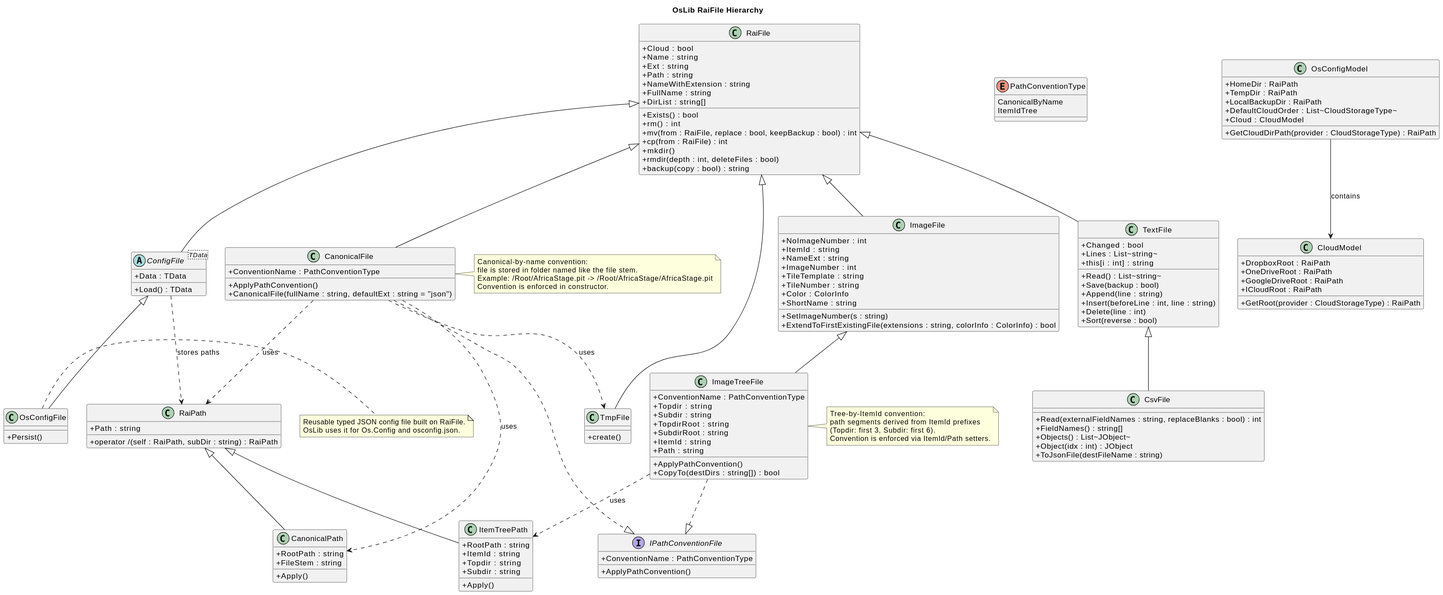
Before: RaiFile-Hierarchy.svg, a diagram exported from PlantUML (Burkhardt/OsLib). Its diagram source:
```plantuml
@startuml
skinparam classAttributeIconSize 0
show fields
show methods

title OsLib RaiFile Hierarchy

interface IPathConventionFile {
  +ConventionName : PathConventionType
  +ApplyPathConvention()
}

enum PathConventionType {
  CanonicalByName
  ItemIdTree
}

class RaiPath {
  +Path : string
  +operator /(self : RaiPath, subDir : string) : RaiPath
}

class CanonicalPath {
  +RootPath : string
  +FileStem : string
  +Apply()
}

class ItemTreePath {
  +RootPath : string
  +ItemId : string
  +Topdir : string
  +Subdir : string
  +Apply()
}

class RaiFile {
  +Cloud : bool
  +Name : string
  +Ext : string
  +Path : string
  +NameWithExtension : string
  +FullName : string
  +DirList : string[]
  +Exists() : bool
  +rm() : int
  +mv(from : RaiFile, replace : bool, keepBackup : bool) : int
  +cp(from : RaiFile) : int
  +mkdir()
  +rmdir(depth : int, deleteFiles : bool)
  +backup(copy : bool) : string
}

abstract class "ConfigFile<TData>" as ConfigFile {
  +Data : TData
  +Load() : TData
}

class CloudModel {
  +DropboxRoot : RaiPath
  +OneDriveRoot : RaiPath
  +GoogleDriveRoot : RaiPath
  +ICloudRoot : RaiPath
  +GetRoot(provider : CloudStorageType) : RaiPath
}

class OsConfigModel {
  +HomeDir : RaiPath
  +TempDir : RaiPath
  +LocalBackupDir : RaiPath
  +DefaultCloudOrder : List~CloudStorageType~
  +Cloud : CloudModel
  +GetCloudDirPath(provider : CloudStorageType) : RaiPath
}

class OsConfigFile {
  +Persist()
}

class TextFile {
  +Changed : bool
  +Lines : List~string~
  +this[i : int] : string
  +Read() : List~string~
  +Save(backup : bool)
  +Append(line : string)
  +Insert(beforeLine : int, line : string)
  +Delete(line : int)
  +Sort(reverse : bool)
}

class CsvFile {
  +Read(externalFieldNames : string, replaceBlanks : bool) : int
  +FieldNames() : string[]
  +Objects() : List~JObject~
  +Object(idx : int) : JObject
  +ToJsonFile(destFileName : string)
}

class TmpFile {
  +create()
}

class CanonicalFile {
  +ConventionName : PathConventionType
  +ApplyPathConvention()
  +CanonicalFile(fullName : string, defaultExt : string = "json")
}

class ImageFile {
  +NoImageNumber : int
  +ItemId : string
  +NameExt : string
  +ImageNumber : int
  +TileTemplate : string
  +TileNumber : string
  +Color : ColorInfo
  +ShortName : string
  +SetImageNumber(s : string)
  +ExtendToFirstExistingFile(extensions : string, colorInfo : ColorInfo) : bool
}

class ImageTreeFile {
  +ConventionName : PathConventionType
  +ApplyPathConvention()
  +Topdir : string
  +Subdir : string
  +TopdirRoot : string
  +SubdirRoot : string
  +ItemId : string
  +Path : string
  +CopyTo(destDirs : string[]) : bool
}

note right of CanonicalFile
  Canonical-by-name convention:
  file is stored in folder named like the file stem.
  Example: /Root/AfricaStage.pit -> /Root/AfricaStage/AfricaStage.pit
  Convention is enforced in constructor.
end note

note right of ImageTreeFile
  Tree-by-ItemId convention:
  path segments derived from ItemId prefixes
  (Topdir: first 3, Subdir: first 6).
  Convention is enforced via ItemId/Path setters.
end note

note right of OsConfigFile
  Reusable typed JSON config file built on RaiFile.
  OsLib uses it for Os.Config and osconfig.json.
end note

CanonicalFile ..> TmpFile : uses
CanonicalFile ..> RaiPath : uses
CanonicalFile ..> CanonicalPath : uses
CanonicalFile ..|> IPathConventionFile
ImageTreeFile ..|> IPathConventionFile
ImageTreeFile ..> ItemTreePath : uses
ConfigFile ..> RaiPath : stores paths
OsConfigModel --> CloudModel : contains

RaiPath <|-- CanonicalPath
RaiPath <|-- ItemTreePath

RaiFile <|-- TextFile
TextFile <|-- CsvFile
RaiFile <|-- TmpFile
RaiFile <|-- CanonicalFile
RaiFile <|-- ConfigFile
ConfigFile <|-- OsConfigFile
RaiFile <|-- ImageFile
ImageFile <|-- ImageTreeFile
@enduml
```
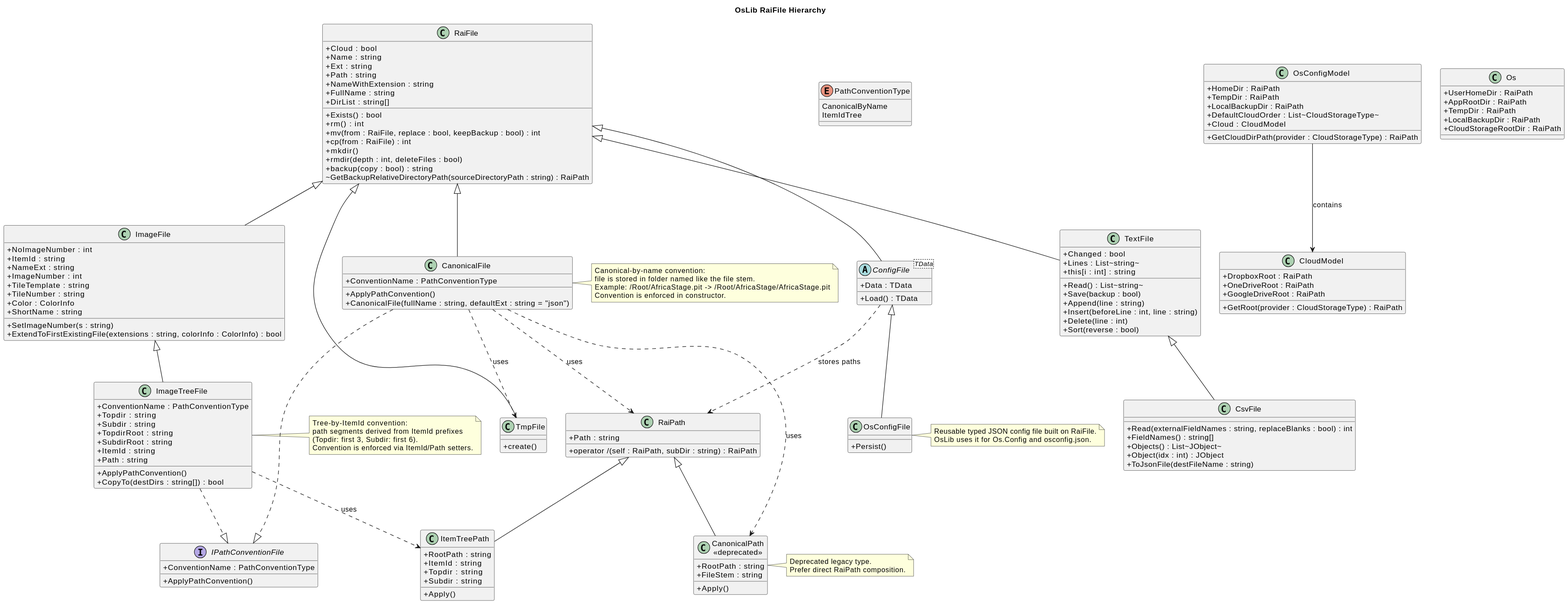
After the commit.

Diff of the diagram source:
```diff
@@ -20,7 +20,7 @@
   +operator /(self : RaiPath, subDir : string) : RaiPath
 }
 
-class CanonicalPath {
+class "CanonicalPath\n<<deprecated>>" as CanonicalPath {
   +RootPath : string
   +FileStem : string
   +Apply()
@@ -49,6 +49,7 @@
   +mkdir()
   +rmdir(depth : int, deleteFiles : bool)
   +backup(copy : bool) : string
+  ~GetBackupRelativeDirectoryPath(sourceDirectoryPath : string) : RaiPath
 }
 
 abstract class "ConfigFile<TData>" as ConfigFile {
@@ -60,7 +61,6 @@
   +DropboxRoot : RaiPath
   +OneDriveRoot : RaiPath
   +GoogleDriveRoot : RaiPath
-  +ICloudRoot : RaiPath
   +GetRoot(provider : CloudStorageType) : RaiPath
 }
 
@@ -71,6 +71,14 @@
   +DefaultCloudOrder : List~CloudStorageType~
   +Cloud : CloudModel
   +GetCloudDirPath(provider : CloudStorageType) : RaiPath
+}
+
+class Os {
+  +UserHomeDir : RaiPath
+  +AppRootDir : RaiPath
+  +TempDir : RaiPath
+  +LocalBackupDir : RaiPath
+  +CloudStorageRootDir : RaiPath
 }
 
 class OsConfigFile {
@@ -139,6 +147,11 @@
   Convention is enforced in constructor.
 end note
 
+note right of CanonicalPath
+  Deprecated legacy type.
+  Prefer direct RaiPath composition.
+end note
+
 note right of ImageTreeFile
   Tree-by-ItemId convention:
   path segments derived from ItemId prefixes
```
